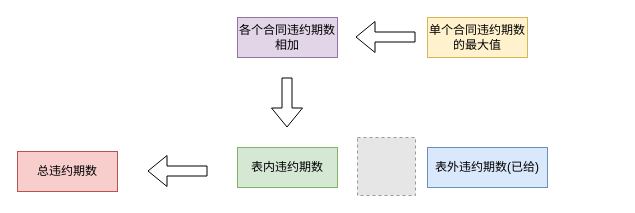
ThinkingXuan/draw keeps this draw.io diagram as 银行3.drawio. Above is the earlier version. Source tidied: cells renumbered, new cells numbered last; positions are measured from the earlier drawing's top-left corner, leaving out a move shared by most shapes. Both pictures are drawn from the tidied source at 100%, with x=0, y=0 at pixel (17, 17). Pictures stored in the file or linked from it are replaced by grey dashed boxes.
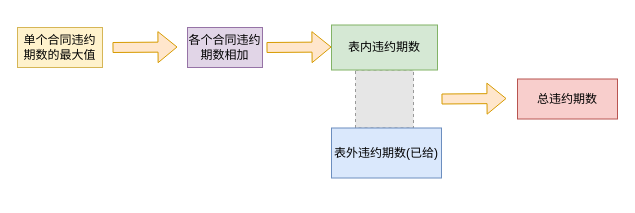
After the change.

The edit, as a diff of the source:
```diff
@@
 <mxGraphModel>
   <root>
     <mxCell id="0" />
     <mxCell id="1" parent="0" />
     <mxCell id="2" value="总违约期数" style="rounded=0;whiteSpace=wrap;html=1;fillColor=#f8cecc;strokeColor=#b85450;" parent="1" vertex="1">
-      <mxGeometry y="134" width="100" height="40" as="geometry" />
+      <mxGeometry x="500" y="61.5" width="100" height="40" as="geometry" />
     </mxCell>
     <mxCell id="3" style="fillColor=#E6E6E6;strokeColor=#999999;dashed=1;html=1;verticalAlign=top;verticalLabelPosition=bottom;labelBackgroundColor=#ffffff;" parent="1" vertex="1">
-      <mxGeometry x="340" y="120" width="58" height="58" as="geometry" />
+      <mxGeometry x="338" y="52.5" width="58" height="58" as="geometry" />
     </mxCell>
     <mxCell id="4" value="表外违约期数(已给)" style="rounded=0;whiteSpace=wrap;html=1;fillColor=#dae8fc;strokeColor=#6c8ebf;" parent="1" vertex="1">
-      <mxGeometry x="410" y="130" width="120" height="40" as="geometry" />
+      <mxGeometry x="314" y="110.5" width="110" height="50" as="geometry" />
     </mxCell>
     <mxCell id="5" value="表内违约期数" style="rounded=0;whiteSpace=wrap;html=1;fillColor=#d5e8d4;strokeColor=#82b366;" parent="1" vertex="1">
-      <mxGeometry x="220" y="130" width="100" height="40" as="geometry" />
+      <mxGeometry x="314" y="7.5" width="106" height="45" as="geometry" />
     </mxCell>
     <mxCell id="6" value="各个合同违约期数相加" style="rounded=0;whiteSpace=wrap;html=1;fillColor=#e1d5e7;strokeColor=#9673a6;" parent="1" vertex="1">
-      <mxGeometry x="220" width="100" height="40" as="geometry" />
+      <mxGeometry x="170" y="10" width="75" height="40" as="geometry" />
     </mxCell>
-    <mxCell id="7" style="shape=flexArrow;endArrow=classic;html=1;" parent="1" edge="1">
-      <mxGeometry relative="1" as="geometry">
-        <mxPoint x="269.5" y="60" as="sourcePoint" />
-        <mxPoint x="269.5" y="110" as="targetPoint" />
-      </mxGeometry>
-    </mxCell>
     <mxCell id="8" value="单个合同违约期数的最大值" style="rounded=0;whiteSpace=wrap;html=1;fillColor=#fff2cc;strokeColor=#d6b656;" parent="1" vertex="1">
-      <mxGeometry x="410" width="100" height="40" as="geometry" />
+      <mxGeometry y="10" width="85" height="40" as="geometry" />
     </mxCell>
-    <mxCell id="9" style="shape=flexArrow;endArrow=classic;html=1;" parent="1" edge="1">
-      <mxGeometry relative="1" as="geometry">
-        <mxPoint x="398" y="19.5" as="sourcePoint" />
-        <mxPoint x="338" y="19.5" as="targetPoint" />
-      </mxGeometry>
-    </mxCell>
-    <mxCell id="10" style="shape=flexArrow;endArrow=classic;html=1;" parent="1" edge="1">
+    <mxCell id="10" style="shape=flexArrow;endArrow=classic;html=1;fillColor=#ffe6cc;strokeColor=#d79b00;" parent="1" edge="1">
       <mxGeometry relative="1" as="geometry">
-        <mxPoint x="190" y="153.5" as="sourcePoint" />
-        <mxPoint x="130" y="153.5" as="targetPoint" />
+        <mxPoint x="95" y="30" as="sourcePoint" />
+        <mxPoint x="160" y="29.5" as="targetPoint" />
       </mxGeometry>
     </mxCell>
+    <mxCell id="11" style="shape=flexArrow;endArrow=classic;html=1;fillColor=#ffe6cc;strokeColor=#d79b00;" parent="1" edge="1">
+      <mxGeometry relative="1" as="geometry">
+        <mxPoint x="249" y="30" as="sourcePoint" />
+        <mxPoint x="314" y="29.5" as="targetPoint" />
+      </mxGeometry>
+    </mxCell>
+    <mxCell id="12" style="shape=flexArrow;endArrow=classic;html=1;fillColor=#ffe6cc;strokeColor=#d79b00;" parent="1" edge="1">
+      <mxGeometry relative="1" as="geometry">
+        <mxPoint x="424" y="81.5" as="sourcePoint" />
+        <mxPoint x="489" y="81" as="targetPoint" />
+      </mxGeometry>
+    </mxCell>
   </root>
 </mxGraphModel>
```
